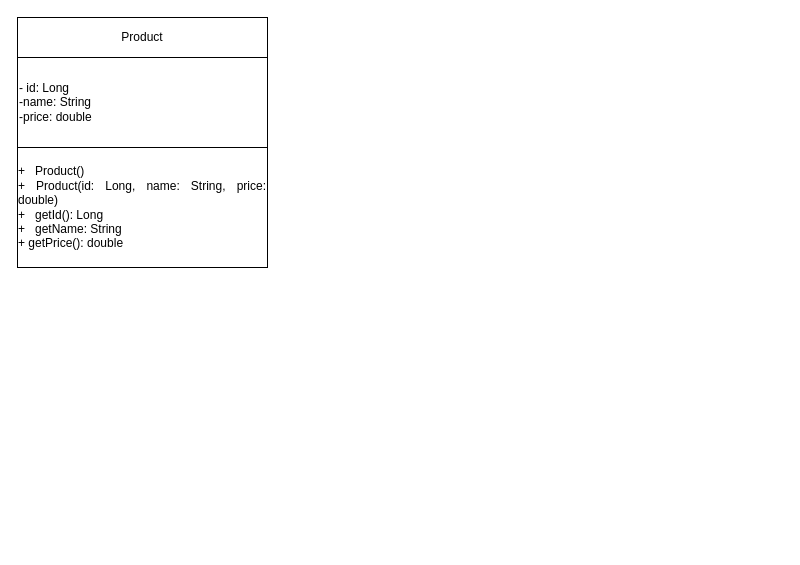
Earlier version of the draw.io diagram docs/uml/Product.drawio (AakifIrshadh/products-api). Source tidied: cells renumbered, new cells numbered last; positions are measured from the earlier drawing's top-left corner, leaving out a move shared by most shapes. Both pictures are drawn from the tidied source at 100%, with x=0, y=0 at pixel (17, 17).
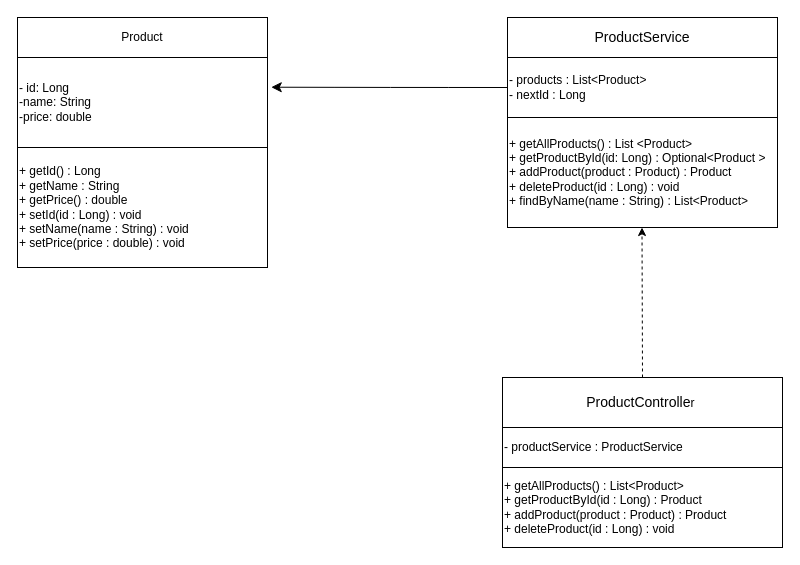
The same page after the edit.

Commit message (it also covers changes not shown here):
Tutorial 3: ProductService with List - four CRUD endpoints working

What changed in the source:
```diff
@@
 <mxGraphModel>
   <root>
     <mxCell id="0" />
     <mxCell id="1" parent="0" />
     <mxCell id="2" value="Product" style="rounded=0;whiteSpace=wrap;html=1;" parent="1" vertex="1">
       <mxGeometry width="250" height="40" as="geometry" />
     </mxCell>
-    <mxCell id="3" style="edgeStyle=orthogonalEdgeStyle;rounded=0;jettySize=auto;html=1;exitX=1;exitY=0.5;exitDx=0;exitDy=0;" parent="1" edge="1" source="4">
-      <mxGeometry relative="1" as="geometry">
-        <mxPoint x="240" y="85" as="targetPoint" />
-      </mxGeometry>
-    </mxCell>
     <mxCell id="4" value="- id: Long&lt;div&gt;-name: String&lt;/div&gt;&lt;div&gt;-price: double&lt;/div&gt;" style="rounded=0;whiteSpace=wrap;html=1;align=left;" parent="1" vertex="1">
       <mxGeometry y="40" width="250" height="90" as="geometry" />
     </mxCell>
-    <mxCell id="5" value="&lt;div style=&quot;text-align: justify;&quot;&gt;&lt;span style=&quot;background-color: transparent; color: light-dark(rgb(0, 0, 0), rgb(255, 255, 255));&quot;&gt;+&amp;nbsp; &amp;nbsp;Product()&lt;/span&gt;&lt;/div&gt;&lt;div style=&quot;text-align: justify;&quot;&gt;+ Product(id: Long, name: String, price: double)&lt;/div&gt;&lt;div style=&quot;text-align: justify;&quot;&gt;+&amp;nbsp; &amp;nbsp;getId(): Long&lt;/div&gt;&lt;div style=&quot;text-align: justify;&quot;&gt;+&amp;nbsp; &amp;nbsp;getName: String&lt;/div&gt;&lt;div style=&quot;text-align: justify;&quot;&gt;+ getPrice(): double&lt;/div&gt;" style="rounded=0;whiteSpace=wrap;html=1;" parent="1" vertex="1">
+    <mxCell id="5" value="&lt;div style=&quot;&quot;&gt;&lt;div style=&quot;&quot;&gt;&lt;span style=&quot;background-color: transparent;&quot;&gt;+ getId() : Long&amp;nbsp;&lt;/span&gt;&lt;/div&gt;&lt;div style=&quot;&quot;&gt;+ getName : String&lt;/div&gt;&lt;div style=&quot;&quot;&gt;+ getPrice() : double&lt;/div&gt;&lt;div style=&quot;&quot;&gt;+ setId(id : Long) : void&amp;nbsp;&lt;/div&gt;&lt;div style=&quot;&quot;&gt;+ setName(name : String) : void&lt;/div&gt;&lt;div style=&quot;&quot;&gt;+ setPrice(price : double) : void&lt;/div&gt;&lt;/div&gt;" style="rounded=0;whiteSpace=wrap;html=1;align=left;" parent="1" vertex="1">
       <mxGeometry y="130" width="250" height="120" as="geometry" />
     </mxCell>
+    <mxCell id="6" value="&lt;font style=&quot;font-size: 14px;&quot;&gt;ProductService&lt;/font&gt;" style="rounded=0;whiteSpace=wrap;html=1;" parent="1" vertex="1">
+      <mxGeometry x="490" width="270" height="40" as="geometry" />
+    </mxCell>
+    <mxCell id="7" value="&lt;div style=&quot;&quot;&gt;&lt;span style=&quot;background-color: transparent; color: light-dark(#000000, var(--ge-light-color, #ffffff));&quot;&gt;- products : List&amp;lt;Product&amp;gt;&lt;/span&gt;&lt;/div&gt;&lt;div style=&quot;&quot;&gt;- nextId : Long&lt;/div&gt;" style="rounded=0;whiteSpace=wrap;html=1;align=left;" parent="1" vertex="1">
+      <mxGeometry x="490" y="40" width="270" height="60" as="geometry" />
+    </mxCell>
+    <mxCell id="8" value="&lt;div style=&quot;&quot;&gt;&lt;span style=&quot;background-color: transparent; color: light-dark(#000000, var(--ge-light-color, #ffffff));&quot;&gt;+ getAllProducts() : List &amp;lt;Product&amp;gt;&lt;/span&gt;&lt;/div&gt;&lt;div style=&quot;&quot;&gt;+ getProductById(id: Long) : Optional&amp;lt;Product &amp;gt;&lt;/div&gt;&lt;div style=&quot;&quot;&gt;+ addProduct(product : Product) : Product&lt;/div&gt;&lt;div style=&quot;&quot;&gt;+ deleteProduct(id : Long) : void&lt;/div&gt;&lt;div style=&quot;&quot;&gt;+ findByName(name : String) : List&amp;lt;Product&amp;gt;&lt;/div&gt;" style="rounded=0;whiteSpace=wrap;html=1;align=left;" parent="1" vertex="1">
+      <mxGeometry x="490" y="100" width="270" height="110" as="geometry" />
+    </mxCell>
+    <mxCell id="9" style="edgeStyle=orthogonalEdgeStyle;curved=1;rounded=0;curveGeometry=1;jettySize=auto;html=1;innerLoopWaypoints=1;entryX=1.015;entryY=0.33;entryDx=0;entryDy=0;fontSize=12;startSize=8;endSize=8;entryPerimeter=0;" parent="1" edge="1" source="7" target="4">
+      <mxGeometry relative="1" as="geometry" />
+    </mxCell>
+    <mxCell id="10" value="&lt;font style=&quot;font-size: 14px;&quot;&gt;ProductControlle&lt;/font&gt;r&amp;nbsp;" style="rounded=0;whiteSpace=wrap;html=1;" parent="1" vertex="1">
+      <mxGeometry x="485" y="360" width="280" height="50" as="geometry" />
+    </mxCell>
+    <mxCell id="11" value="&lt;div style=&quot;&quot;&gt;&lt;span style=&quot;background-color: transparent; color: light-dark(#000000, var(--ge-light-color, #ffffff));&quot;&gt;- productService : ProductService&lt;/span&gt;&lt;/div&gt;" style="rounded=0;whiteSpace=wrap;html=1;align=left;" parent="1" vertex="1">
+      <mxGeometry x="485" y="410" width="280" height="40" as="geometry" />
+    </mxCell>
+    <mxCell id="12" value="&lt;div style=&quot;&quot;&gt;&lt;span style=&quot;background-color: transparent; color: light-dark(#000000, var(--ge-light-color, #ffffff));&quot;&gt;+ getAllProducts() : List&amp;lt;Product&amp;gt;&lt;/span&gt;&lt;/div&gt;&lt;div style=&quot;&quot;&gt;+ getProductById(id : Long) : Product&lt;/div&gt;&lt;div style=&quot;&quot;&gt;+ addProduct(product : Product) : Product&lt;/div&gt;&lt;div style=&quot;&quot;&gt;+ deleteProduct(id : Long) : void&lt;/div&gt;" style="rounded=0;whiteSpace=wrap;html=1;align=left;" parent="1" vertex="1">
+      <mxGeometry x="485" y="450" width="280" height="80" as="geometry" />
+    </mxCell>
+    <mxCell id="13" style="endArrow=classic;dashed=1;html=1;rounded=0;endFill=1;entryX=0.444;entryY=0.909;entryDx=0;entryDy=0;entryPerimeter=0;exitX=0.5;exitY=0;exitDx=0;exitDy=0;" parent="1" edge="1" source="10">
+      <mxGeometry x="-0.47" relative="1" as="geometry">
+        <mxPoint x="624.5" y="210" as="targetPoint" />
+      </mxGeometry>
+    </mxCell>
   </root>
 </mxGraphModel>
```
